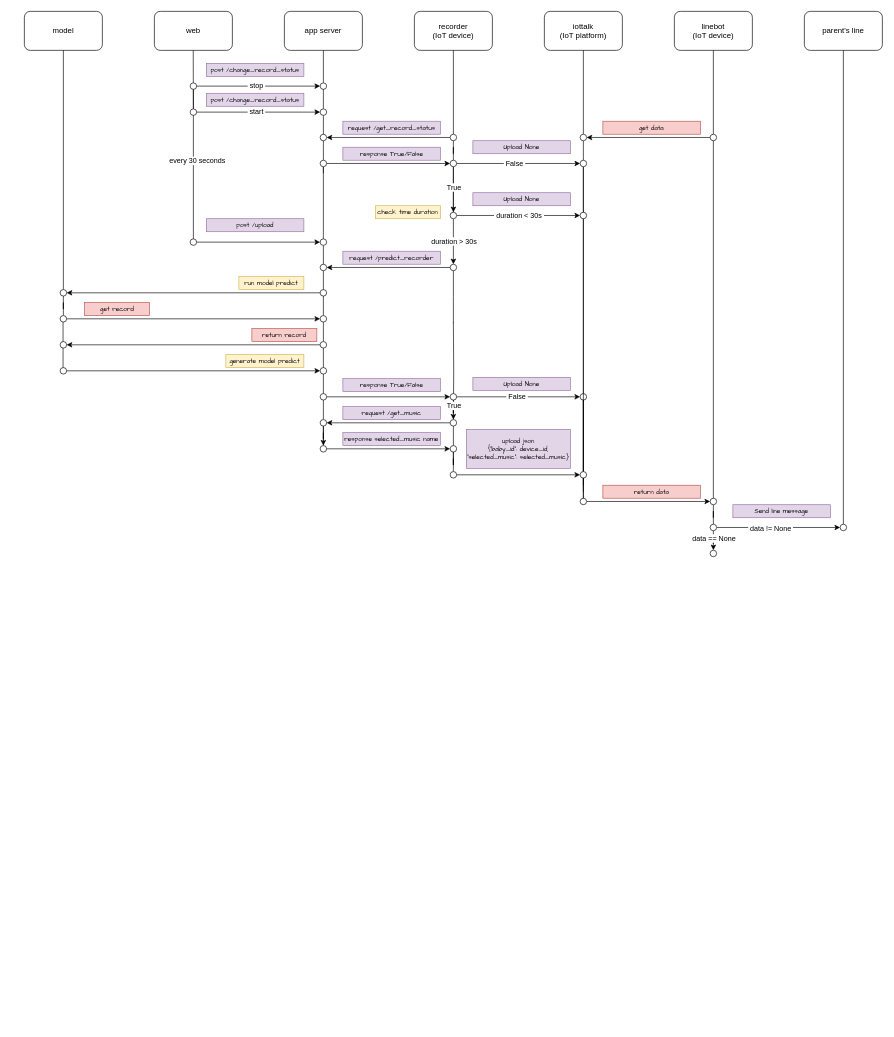
ChiaChun-Chen/112_final keeps this draw.io diagram as test.drawio. Above is the earlier version. Source tidied: cells renumbered, new cells numbered last; positions are measured from the earlier drawing's top-left corner, leaving out a move shared by most shapes. Both pictures are drawn from the tidied source at 65%, with x=0, y=0 at pixel (24, 11).
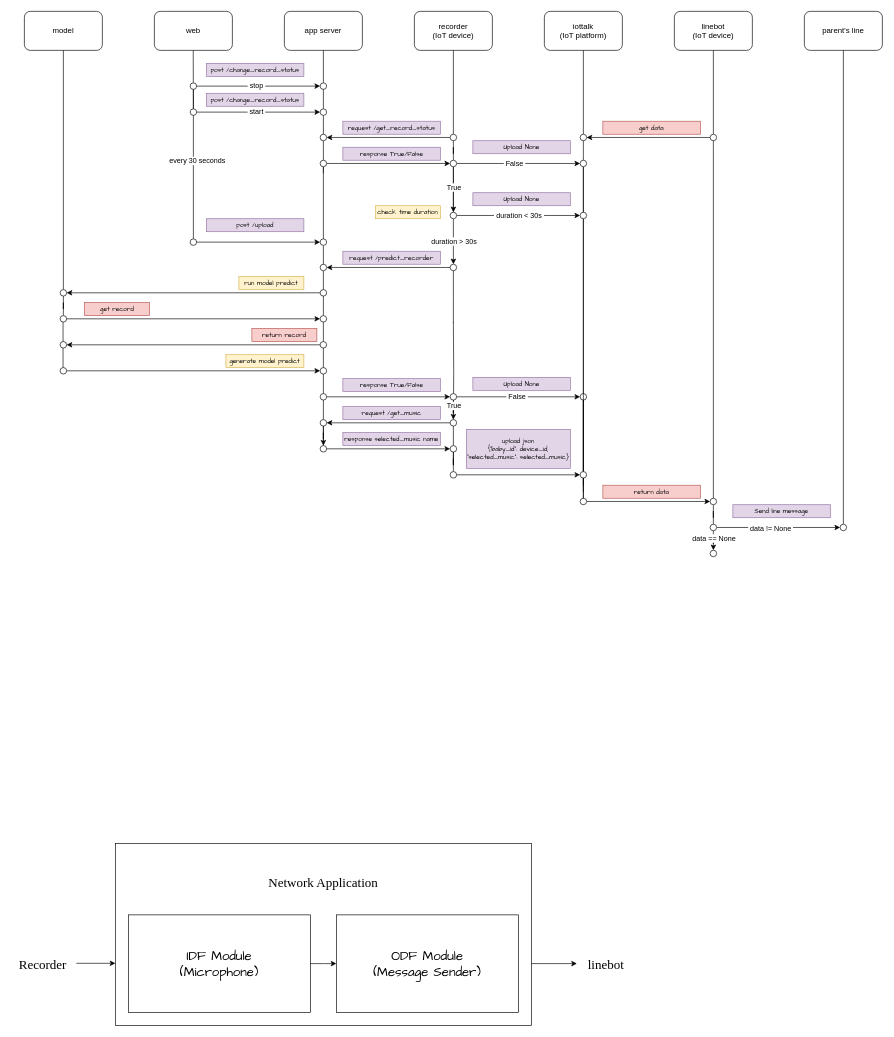
Above is the later version.

Change to the diagram source:
```diff
@@
+    <mxCell id="144" style="rounded=0;whiteSpace=wrap;html=1;" parent="1" vertex="1">
+      <mxGeometry x="140" y="1280" width="640" height="280" as="geometry" />
+    </mxCell>
+    <mxCell id="145" value="IDF Module&lt;br style=&quot;font-size: 20px;&quot;&gt;(Microphone)" style="rounded=0;whiteSpace=wrap;html=1;fontFamily=Comic Sans MS;fontSize=20;" parent="1" vertex="1">
+      <mxGeometry x="160" y="1390" width="280" height="150" as="geometry" />
+    </mxCell>
+    <mxCell id="146" value="ODF Module&lt;br&gt;(Message Sender)" style="rounded=0;whiteSpace=wrap;html=1;fontFamily=Comic Sans MS;fontSize=20;" parent="1" vertex="1">
+      <mxGeometry x="480" y="1390" width="280" height="150" as="geometry" />
+    </mxCell>
+    <mxCell id="147" value="Network Application" style="text;html=1;strokeColor=none;fillColor=none;align=center;verticalAlign=middle;whiteSpace=wrap;rounded=0;fontFamily=Times New Roman;fontSize=20;" parent="1" vertex="1">
+      <mxGeometry x="160" y="1310" width="600" height="60" as="geometry" />
+    </mxCell>
+    <mxCell id="148" style="edgeStyle=orthogonalEdgeStyle;rounded=0;orthogonalLoop=1;jettySize=auto;html=1;entryX=0;entryY=0.5;entryDx=0;entryDy=0;" parent="1" edge="1">
+      <mxGeometry relative="1" as="geometry">
+        <mxPoint x="80" y="1464.5" as="sourcePoint" />
+        <mxPoint x="140" y="1464.5" as="targetPoint" />
+      </mxGeometry>
+    </mxCell>
+    <mxCell id="149" value="Recorder" style="text;html=1;strokeColor=none;fillColor=none;align=center;verticalAlign=middle;whiteSpace=wrap;rounded=0;fontFamily=Times New Roman;fontSize=20;" parent="1" vertex="1">
+      <mxGeometry x="-20" y="1440" width="97" height="50" as="geometry" />
+    </mxCell>
+    <mxCell id="150" style="edgeStyle=orthogonalEdgeStyle;rounded=0;jettySize=auto;html=1;exitX=1;exitY=0.5;exitDx=0;exitDy=0;" parent="1" edge="1" source="145">
+      <mxGeometry relative="1" as="geometry">
+        <mxPoint x="480" y="1465" as="targetPoint" />
+      </mxGeometry>
+    </mxCell>
+    <mxCell id="151" style="edgeStyle=orthogonalEdgeStyle;rounded=0;orthogonalLoop=1;jettySize=auto;html=1;" parent="1" edge="1">
+      <mxGeometry relative="1" as="geometry">
+        <mxPoint x="780" y="1464.5" as="sourcePoint" />
+        <mxPoint x="850" y="1465" as="targetPoint" />
+        <Array as="points">
+          <mxPoint x="851" y="1465" />
+        </Array>
+      </mxGeometry>
+    </mxCell>
+    <mxCell id="152" value="linebot" style="text;html=1;strokeColor=none;fillColor=none;align=center;verticalAlign=middle;whiteSpace=wrap;rounded=0;fontFamily=Times New Roman;fontSize=20;" parent="1" vertex="1">
+      <mxGeometry x="855" y="1440" width="80" height="50" as="geometry" />
+    </mxCell>
```
